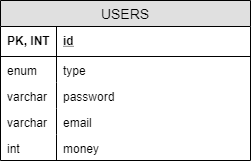
Before: Base de donnée visuel/MLD - MCD.png, a diagram exported from draw.io (Jerome-JJT/ProjetBanque). Source tidied: cells renumbered, new cells last; positions are measured from the earlier drawing's top-left corner, leaving out a move shared by most shapes.
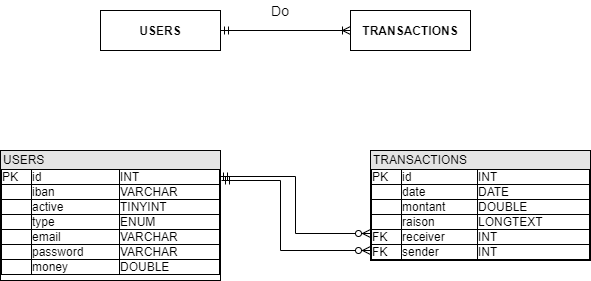
Above is the later version.

Commit message:
MCD-MLD english

The edit, as a diff of the source:
```diff
@@ -2,38 +2,36 @@
   <root>
     <mxCell id="0" />
     <mxCell id="1" parent="0" />
-    <mxCell id="2" value="USERS" style="swimlane;fontStyle=0;horizontal=1;startSize=26;fillColor=#e0e0e0;swimlaneFillColor=#ffffff;align=center;fontSize=14;" parent="1" vertex="1">
-      <mxGeometry width="250" height="160" as="geometry" />
+    <mxCell id="2" value="&lt;font color=&quot;#000000&quot;&gt;USERS&lt;/font&gt;" style="rounded=0;whiteSpace=wrap;html=1;fillColor=#ffffff;fontStyle=1;strokeColor=#000000;" parent="1" vertex="1">
+      <mxGeometry width="120" height="40" as="geometry" />
     </mxCell>
-    <mxCell id="3" value="id" style="shape=partialRectangle;top=0;left=0;right=0;bottom=1;align=left;verticalAlign=middle;fillColor=none;spacingLeft=60;spacingRight=4;overflow=hidden;fontStyle=5;fontSize=12;" parent="2" vertex="1">
-      <mxGeometry y="26" width="250" height="30" as="geometry" />
-    </mxCell>
-    <mxCell id="4" value="PK, INT" style="shape=partialRectangle;fontStyle=1;top=0;left=0;bottom=0;fillColor=none;align=left;verticalAlign=middle;spacingLeft=4;spacingRight=4;overflow=hidden;fontSize=12;" parent="3" vertex="1">
-      <mxGeometry width="56" height="30" as="geometry" />
-    </mxCell>
-    <mxCell id="5" value="type" style="shape=partialRectangle;top=0;left=0;right=0;bottom=0;align=left;verticalAlign=top;fillColor=none;spacingLeft=60;spacingRight=4;overflow=hidden;fontSize=12;" parent="2" vertex="1">
-      <mxGeometry y="56" width="250" height="26" as="geometry" />
-    </mxCell>
-    <mxCell id="6" value="enum" style="shape=partialRectangle;top=0;left=0;bottom=0;fillColor=none;align=left;verticalAlign=top;spacingLeft=4;spacingRight=4;overflow=hidden;fontSize=12;" parent="5" vertex="1">
-      <mxGeometry width="56" height="26" as="geometry" />
-    </mxCell>
-    <mxCell id="7" value="password" style="shape=partialRectangle;top=0;left=0;right=0;bottom=0;align=left;verticalAlign=top;fillColor=none;spacingLeft=60;spacingRight=4;overflow=hidden;fontSize=12;" parent="2" vertex="1">
-      <mxGeometry y="82" width="250" height="26" as="geometry" />
-    </mxCell>
-    <mxCell id="8" value="varchar" style="shape=partialRectangle;top=0;left=0;bottom=0;fillColor=none;align=left;verticalAlign=top;spacingLeft=4;spacingRight=4;overflow=hidden;fontSize=12;" parent="7" vertex="1">
-      <mxGeometry width="56" height="26" as="geometry" />
-    </mxCell>
-    <mxCell id="9" value="email" style="shape=partialRectangle;top=0;left=0;right=0;bottom=0;align=left;verticalAlign=top;fillColor=none;spacingLeft=60;spacingRight=4;overflow=hidden;fontSize=12;" parent="2" vertex="1">
-      <mxGeometry y="108" width="250" height="26" as="geometry" />
-    </mxCell>
-    <mxCell id="10" value="varchar" style="shape=partialRectangle;top=0;left=0;bottom=0;fillColor=none;align=left;verticalAlign=top;spacingLeft=4;spacingRight=4;overflow=hidden;fontSize=12;" parent="9" vertex="1">
-      <mxGeometry width="56" height="26" as="geometry" />
-    </mxCell>
-    <mxCell id="11" value="money" style="shape=partialRectangle;top=0;left=0;right=0;bottom=0;align=left;verticalAlign=top;fillColor=none;spacingLeft=60;spacingRight=4;overflow=hidden;fontSize=12;" parent="2" vertex="1">
-      <mxGeometry y="134" width="250" height="26" as="geometry" />
-    </mxCell>
-    <mxCell id="12" value="int" style="shape=partialRectangle;top=0;left=0;bottom=0;fillColor=none;align=left;verticalAlign=top;spacingLeft=4;spacingRight=4;overflow=hidden;fontSize=12;" parent="11" vertex="1">
-      <mxGeometry width="56" height="26" as="geometry" />
-    </mxCell>
+    <mxCell id="13" style="edgeStyle=none;rounded=0;html=1;entryX=1;entryY=0.5;endArrow=ERmandOne;endFill=0;jettySize=auto;startArrow=ERoneToMany;startFill=0;exitX=0;exitY=0.5;exitDx=0;exitDy=0;" parent="1" edge="1" source="16" target="2">
+      <mxGeometry relative="1" as="geometry" />
+    </mxCell>
+    <mxCell id="14" value="Do" style="text;html=1;strokeColor=none;fillColor=none;align=center;verticalAlign=middle;whiteSpace=wrap;rounded=0;fontSize=14;" parent="1" vertex="1">
+      <mxGeometry x="160" y="-10" width="40" height="20" as="geometry" />
+    </mxCell>
+    <mxCell id="15" value="&lt;div style=&quot;box-sizing: border-box ; width: 100% ; background: rgb(228 , 228 , 228) ; padding: 2px ; line-height: 120%&quot;&gt;USERS&lt;/div&gt;&lt;table style=&quot;width: 100% ; font-size: 1em ; border: 1px solid rgb(0 , 0 , 0) ; border-collapse: collapse&quot; cellpadding=&quot;0&quot; cellspacing=&quot;0&quot; border=&quot;1&quot;&gt;&lt;tbody&gt;&lt;tr&gt;&lt;td&gt;PK&lt;/td&gt;&lt;td&gt;id&lt;/td&gt;&lt;td&gt;INT&lt;/td&gt;&lt;/tr&gt;&lt;tr&gt;&lt;td&gt;&lt;br&gt;&lt;/td&gt;&lt;td&gt;iban&lt;/td&gt;&lt;td&gt;VARCHAR&lt;/td&gt;&lt;/tr&gt;&lt;tr&gt;&lt;td&gt;&lt;br&gt;&lt;/td&gt;&lt;td&gt;active&lt;/td&gt;&lt;td&gt;TINYINT&lt;/td&gt;&lt;/tr&gt;&lt;tr&gt;&lt;td&gt;&lt;br&gt;&lt;/td&gt;&lt;td&gt;type&lt;/td&gt;&lt;td&gt;ENUM&lt;/td&gt;&lt;/tr&gt;&lt;tr&gt;&lt;td&gt;&lt;br&gt;&lt;/td&gt;&lt;td&gt;email&lt;/td&gt;&lt;td&gt;VARCHAR&lt;/td&gt;&lt;/tr&gt;&lt;tr&gt;&lt;td&gt;&lt;br&gt;&lt;/td&gt;&lt;td&gt;password&lt;/td&gt;&lt;td&gt;VARCHAR&lt;/td&gt;&lt;/tr&gt;&lt;tr&gt;&lt;td&gt;&lt;br&gt;&lt;/td&gt;&lt;td&gt;money&lt;/td&gt;&lt;td&gt;DOUBLE&lt;/td&gt;&lt;/tr&gt;&lt;/tbody&gt;&lt;/table&gt;" style="verticalAlign=top;align=left;overflow=fill;html=1;rounded=0;fillColor=#ffffff;comic=0;strokeColor=#000000;horizontal=1;fontFamily=Helvetica;spacing=0;" parent="1" vertex="1">
+      <mxGeometry x="-100" y="140" width="220" height="130" as="geometry" />
+    </mxCell>
+    <mxCell id="16" value="&lt;font color=&quot;#000000&quot;&gt;TRANSACTIONS&lt;/font&gt;" style="rounded=0;whiteSpace=wrap;html=1;fillColor=#ffffff;fontStyle=1;strokeColor=#000000;" parent="1" vertex="1">
+      <mxGeometry x="250" width="120" height="40" as="geometry" />
+    </mxCell>
+    <mxCell id="17" value="&lt;div style=&quot;box-sizing: border-box ; width: 100% ; background: rgb(228 , 228 , 228) ; padding: 2px ; line-height: 120%&quot;&gt;TRANSACTIONS&lt;/div&gt;&lt;table style=&quot;width: 100% ; font-size: 1em ; border: 1px solid rgb(0 , 0 , 0) ; border-collapse: collapse&quot; cellpadding=&quot;0&quot; cellspacing=&quot;0&quot; border=&quot;1&quot;&gt;&lt;tbody&gt;&lt;tr&gt;&lt;td&gt;PK&lt;/td&gt;&lt;td&gt;id&lt;/td&gt;&lt;td&gt;INT&lt;/td&gt;&lt;/tr&gt;&lt;tr&gt;&lt;td&gt;&lt;br&gt;&lt;/td&gt;&lt;td&gt;date&lt;/td&gt;&lt;td&gt;DATE&lt;/td&gt;&lt;/tr&gt;&lt;tr&gt;&lt;td&gt;&lt;br&gt;&lt;/td&gt;&lt;td&gt;montant&lt;/td&gt;&lt;td&gt;DOUBLE&lt;/td&gt;&lt;/tr&gt;&lt;tr&gt;&lt;td&gt;&lt;br&gt;&lt;/td&gt;&lt;td&gt;raison&lt;/td&gt;&lt;td&gt;LONGTEXT&lt;/td&gt;&lt;/tr&gt;&lt;tr&gt;&lt;td&gt;FK&lt;/td&gt;&lt;td&gt;receiver&lt;/td&gt;&lt;td&gt;INT&lt;/td&gt;&lt;/tr&gt;&lt;tr&gt;&lt;td&gt;FK&lt;/td&gt;&lt;td&gt;sender&lt;/td&gt;&lt;td&gt;INT&lt;/td&gt;&lt;/tr&gt;&lt;/tbody&gt;&lt;/table&gt;" style="verticalAlign=top;align=left;overflow=fill;html=1;rounded=0;fillColor=#ffffff;comic=0;strokeColor=#000000;horizontal=1;fontFamily=Helvetica;spacing=0;" parent="1" vertex="1">
+      <mxGeometry x="270" y="140" width="220" height="110" as="geometry" />
+    </mxCell>
+    <mxCell id="18" style="edgeStyle=orthogonalEdgeStyle;rounded=0;html=1;startArrow=ERmandOne;startFill=0;endArrow=ERzeroToMany;endFill=1;jettySize=auto;entryX=0;entryY=0.75;entryDx=0;entryDy=0;exitX=0.995;exitY=0.197;exitDx=0;exitDy=0;exitPerimeter=0;" parent="1" edge="1" source="15" target="17">
+      <mxGeometry relative="1" as="geometry" />
+    </mxCell>
+    <mxCell id="19" style="edgeStyle=orthogonalEdgeStyle;rounded=0;html=1;entryX=0;entryY=0.5;startArrow=ERmandOne;startFill=0;endArrow=ERzeroToMany;endFill=1;jettySize=auto;orthogonalLoop=1;entryDx=0;entryDy=0;" parent="1" edge="1">
+      <mxGeometry relative="1" as="geometry">
+        <mxPoint x="121" y="170" as="sourcePoint" />
+        <mxPoint x="270" y="240" as="targetPoint" />
+        <Array as="points">
+          <mxPoint x="180" y="170" />
+          <mxPoint x="180" y="240" />
+        </Array>
+      </mxGeometry>
+    </mxCell>
   </root>
 </mxGraphModel>
```
